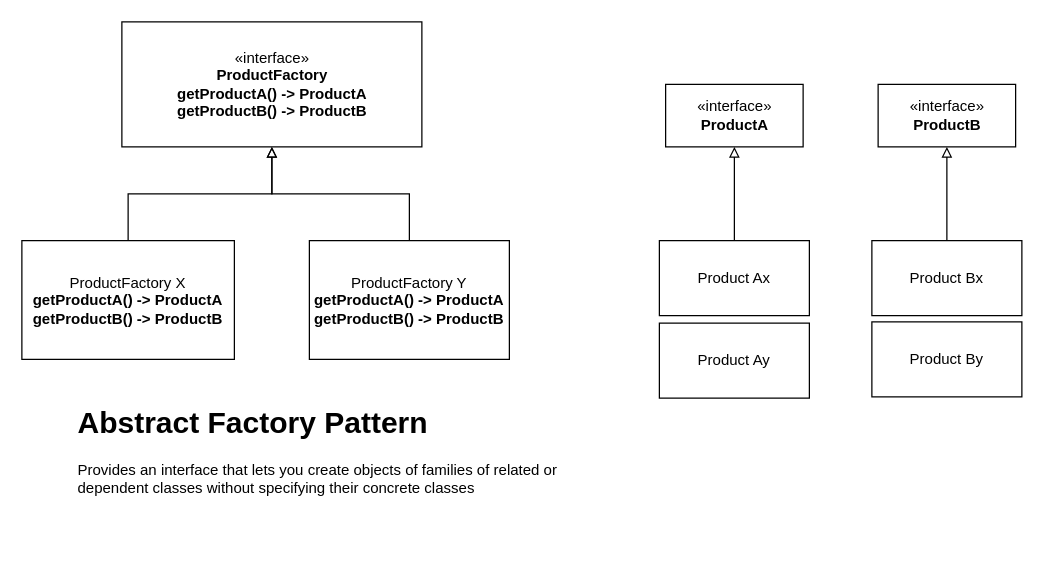
Before: page "AbstractFactoryPattern" (2 of 3) of DesignPatterns.drawio in amit2908/Notes, a draw.io diagram. Source tidied: cells renumbered, new cells numbered last; positions are measured from the earlier drawing's top-left corner, leaving out a move shared by most shapes. Both pictures are drawn from the tidied source at 125%, with x=0, y=0 at pixel (21, 21).
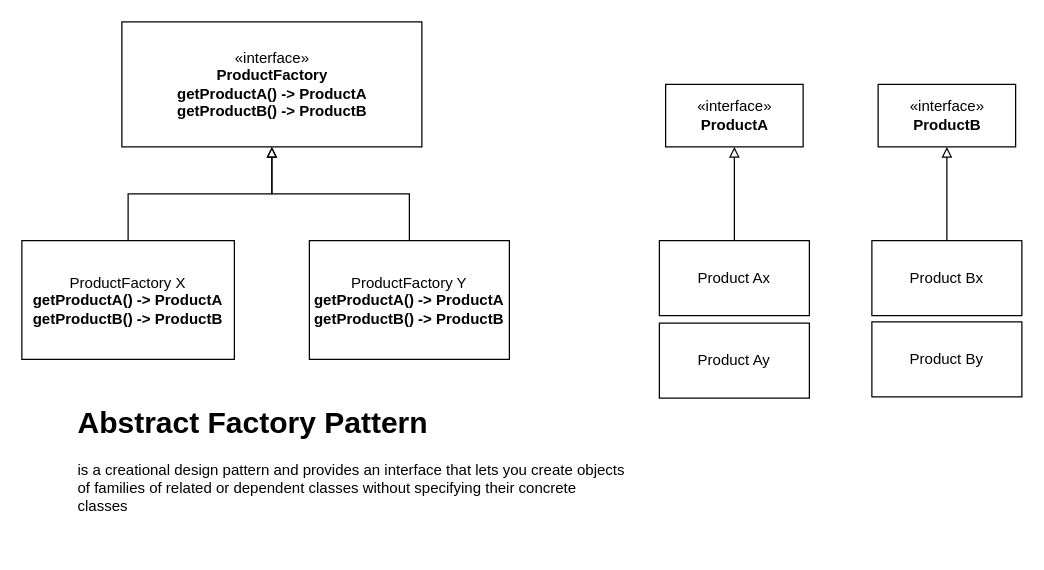
After the change.

What changed in the source:
```diff
@@
 <mxGraphModel>
   <root>
     <mxCell id="0" />
     <mxCell id="1" parent="0" />
     <mxCell id="2" style="edgeStyle=orthogonalEdgeStyle;rounded=0;jettySize=auto;html=1;startArrow=block;startFill=0;endArrow=none;endFill=0;" parent="1" edge="1" source="4" target="9">
       <mxGeometry relative="1" as="geometry" />
     </mxCell>
     <mxCell id="3" style="edgeStyle=orthogonalEdgeStyle;rounded=0;jettySize=auto;html=1;startArrow=block;startFill=0;endArrow=none;endFill=0;" parent="1" edge="1" source="4" target="12">
       <mxGeometry relative="1" as="geometry" />
     </mxCell>
     <mxCell id="4" value="«interface»&lt;br&gt;&lt;b&gt;ProductFactory&lt;br&gt;getProductA() -&amp;gt; ProductA&lt;br&gt;getProductB() -&amp;gt; ProductB&lt;br&gt;&lt;/b&gt;" style="html=1;" parent="1" vertex="1">
       <mxGeometry x="80" width="240" height="100" as="geometry" />
     </mxCell>
     <mxCell id="5" style="edgeStyle=orthogonalEdgeStyle;rounded=0;jettySize=auto;html=1;startArrow=block;startFill=0;endArrow=none;endFill=0;" parent="1" edge="1" source="6" target="7">
       <mxGeometry relative="1" as="geometry" />
     </mxCell>
     <mxCell id="6" value="«interface»&lt;br&gt;&lt;b&gt;ProductA&lt;/b&gt;" style="html=1;" parent="1" vertex="1">
       <mxGeometry x="515" y="50" width="110" height="50" as="geometry" />
     </mxCell>
     <mxCell id="7" value="Product Ax" style="whiteSpace=wrap;html=1;" parent="1" vertex="1">
       <mxGeometry x="510" y="175" width="120" height="60" as="geometry" />
     </mxCell>
     <mxCell id="8" value="Product Bx" style="whiteSpace=wrap;html=1;" parent="1" vertex="1">
       <mxGeometry x="680" y="175" width="120" height="60" as="geometry" />
     </mxCell>
     <mxCell id="9" value="ProductFactory X&lt;br&gt;&lt;b&gt;getProductA() -&amp;gt; ProductA&lt;br&gt;getProductB() -&amp;gt; ProductB&lt;/b&gt;" style="whiteSpace=wrap;html=1;" parent="1" vertex="1">
       <mxGeometry y="175" width="170" height="95" as="geometry" />
     </mxCell>
     <mxCell id="10" style="edgeStyle=orthogonalEdgeStyle;rounded=0;jettySize=auto;html=1;startArrow=block;startFill=0;endArrow=none;endFill=0;" parent="1" edge="1" source="11" target="8">
       <mxGeometry relative="1" as="geometry" />
     </mxCell>
     <mxCell id="11" value="«interface»&lt;br&gt;&lt;b&gt;ProductB&lt;/b&gt;" style="html=1;" parent="1" vertex="1">
       <mxGeometry x="685" y="50" width="110" height="50" as="geometry" />
     </mxCell>
     <mxCell id="12" value="ProductFactory Y&lt;br&gt;&lt;b&gt;getProductA() -&amp;gt; ProductA&lt;br&gt;getProductB() -&amp;gt; ProductB&lt;/b&gt;" style="whiteSpace=wrap;html=1;" parent="1" vertex="1">
       <mxGeometry x="230" y="175" width="160" height="95" as="geometry" />
     </mxCell>
     <mxCell id="13" value="Product Ay" style="whiteSpace=wrap;html=1;" parent="1" vertex="1">
       <mxGeometry x="510" y="241" width="120" height="60" as="geometry" />
     </mxCell>
     <mxCell id="14" value="Product By" style="whiteSpace=wrap;html=1;" parent="1" vertex="1">
       <mxGeometry x="680" y="240" width="120" height="60" as="geometry" />
     </mxCell>
-    <mxCell id="15" value="&lt;h1&gt;Abstract Factory Pattern&lt;/h1&gt;&lt;div&gt;Provides an interface that lets you create objects of families of related or dependent classes without specifying their concrete classes&lt;/div&gt;" style="text;html=1;strokeColor=none;fillColor=none;spacing=5;spacingTop=-20;whiteSpace=wrap;overflow=hidden;rounded=0;" parent="1" vertex="1">
+    <mxCell id="15" value="&lt;h1&gt;Abstract Factory Pattern&lt;/h1&gt;&lt;div&gt;is a creational design pattern and provides an interface that lets you create objects of families of related or dependent classes without specifying their concrete classes&lt;/div&gt;" style="text;html=1;strokeColor=none;fillColor=none;spacing=5;spacingTop=-20;whiteSpace=wrap;overflow=hidden;rounded=0;" parent="1" vertex="1">
       <mxGeometry x="40" y="301" width="450" height="120" as="geometry" />
     </mxCell>
   </root>
 </mxGraphModel>
```
